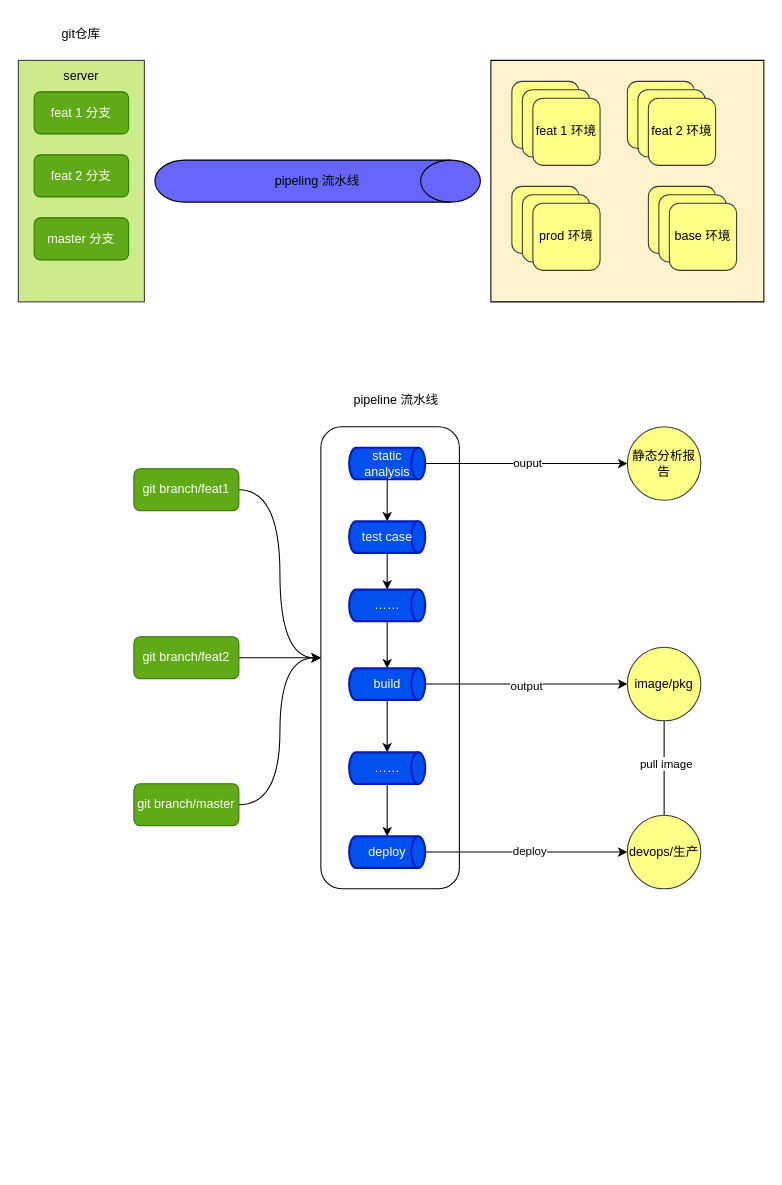
xinguai/asmshare keeps this draw.io diagram as page "devops流程" (6 of 7) of sidecar.drawio. Above is the earlier version. Source tidied: cells renumbered, new cells numbered last; positions are measured from the earlier drawing's top-left corner, leaving out a move shared by most shapes. Both pictures are drawn from the tidied source at 105%, with x=0, y=0 at pixel (18, 18).
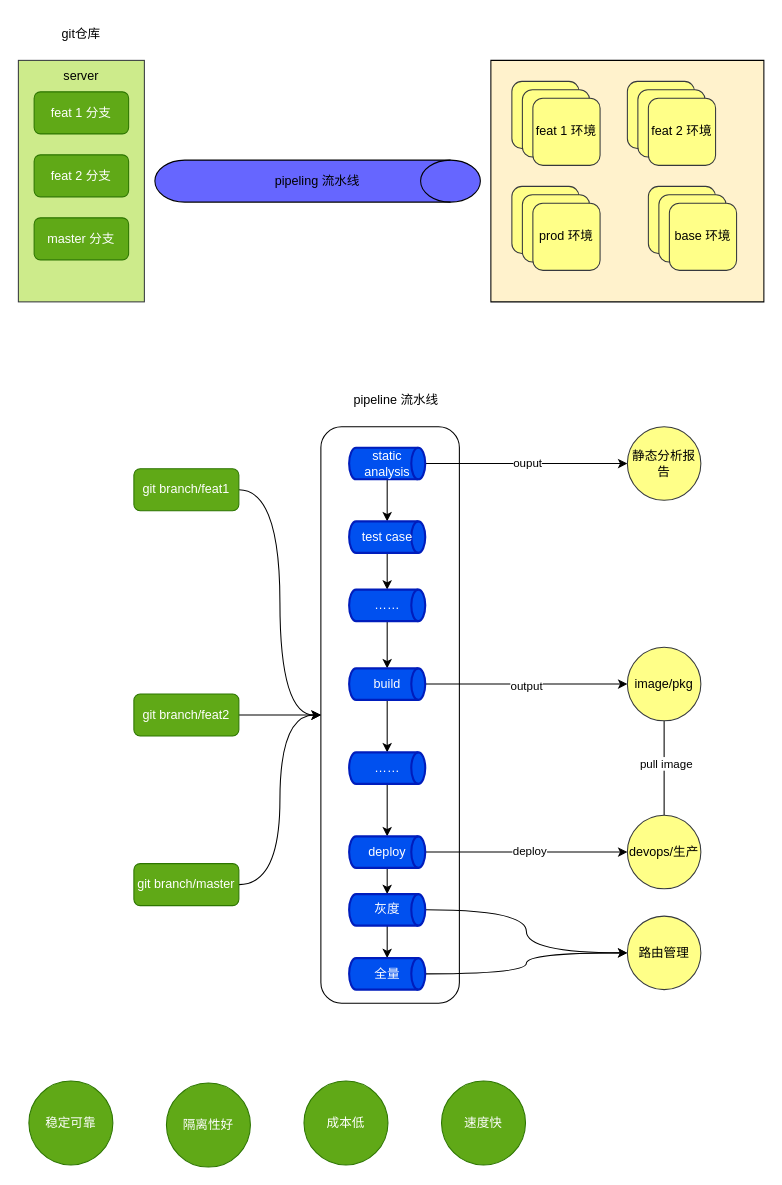
The same diagram, later.

The change refers to these unchanged cells:
```xml
<mxCell id="52" value="deploy" style="strokeWidth=2;html=1;shape=mxgraph.flowchart.direct_data;whiteSpace=wrap;rounded=1;strokeColor=#001DBC;fillColor=#0050ef;fontColor=#ffffff;" parent="1" vertex="1">
  <mxGeometry x="315" y="779" width="72.5" height="30" as="geometry" />
</mxCell>
```

Diff of the diagram source:
```diff
@@
     <mxCell id="2" style="rounded=1;whiteSpace=wrap;html=1;strokeColor=#000000;strokeWidth=1;fillColor=#FFFFFF;" parent="1" vertex="1">
-      <mxGeometry x="288.1" y="389" width="131.9" height="440" as="geometry" />
+      <mxGeometry x="288.1" y="389" width="131.9" height="549" as="geometry" />
     </mxCell>
@@
+    <mxCell id="57" style="edgeStyle=orthogonalEdgeStyle;rounded=0;jettySize=auto;html=1;exitX=0.5;exitY=1;exitDx=0;exitDy=0;exitPerimeter=0;entryX=0.5;entryY=0;entryDx=0;entryDy=0;entryPerimeter=0;" parent="1" edge="1" source="52" target="64">
+      <mxGeometry relative="1" as="geometry" />
+    </mxCell>
@@
     <mxCell id="54" value="git branch/feat2" style="whiteSpace=wrap;html=1;align=center;rounded=1;strokeColor=#2D7600;strokeWidth=1;fillColor=#60a917;fontColor=#ffffff;" parent="1" vertex="1">
-      <mxGeometry x="110" y="589" width="100" height="40" as="geometry" />
+      <mxGeometry x="110" y="643.5" width="100" height="40" as="geometry" />
     </mxCell>
@@
     <mxCell id="56" value="git branch/master" style="whiteSpace=wrap;html=1;align=center;rounded=1;strokeColor=#2D7600;strokeWidth=1;fillColor=#60a917;fontColor=#ffffff;" parent="1" vertex="1">
-      <mxGeometry x="110" y="729" width="100" height="40" as="geometry" />
+      <mxGeometry x="110" y="805" width="100" height="40" as="geometry" />
     </mxCell>
+    <mxCell id="58" value="稳定可靠" style="ellipse;whiteSpace=wrap;html=1;fillColor=#60a917;fontColor=#ffffff;strokeColor=#2D7600;" parent="1" vertex="1">
+      <mxGeometry x="10" y="1012" width="80" height="80" as="geometry" />
+    </mxCell>
+    <mxCell id="59" value="隔离性好" style="ellipse;whiteSpace=wrap;html=1;fillColor=#60a917;fontColor=#ffffff;strokeColor=#2D7600;" parent="1" vertex="1">
+      <mxGeometry x="141" y="1014" width="80" height="80" as="geometry" />
+    </mxCell>
+    <mxCell id="60" value="成本低" style="ellipse;whiteSpace=wrap;html=1;fillColor=#60a917;fontColor=#ffffff;strokeColor=#2D7600;" parent="1" vertex="1">
+      <mxGeometry x="272" y="1012" width="80" height="80" as="geometry" />
+    </mxCell>
+    <mxCell id="61" value="速度快" style="ellipse;whiteSpace=wrap;html=1;fillColor=#60a917;fontColor=#ffffff;strokeColor=#2D7600;" parent="1" vertex="1">
+      <mxGeometry x="403" y="1012" width="80" height="80" as="geometry" />
+    </mxCell>
+    <mxCell id="62" style="edgeStyle=orthogonalEdgeStyle;rounded=0;jettySize=auto;html=1;exitX=0.5;exitY=1;exitDx=0;exitDy=0;exitPerimeter=0;entryX=0.5;entryY=0;entryDx=0;entryDy=0;entryPerimeter=0;" parent="1" edge="1" source="64" target="66">
+      <mxGeometry relative="1" as="geometry" />
+    </mxCell>
+    <mxCell id="63" style="edgeStyle=orthogonalEdgeStyle;curved=1;rounded=0;jettySize=auto;html=1;exitX=1;exitY=0.5;exitDx=0;exitDy=0;exitPerimeter=0;entryX=0;entryY=0.5;entryDx=0;entryDy=0;" parent="1" edge="1" source="64" target="67">
+      <mxGeometry relative="1" as="geometry" />
+    </mxCell>
+    <mxCell id="64" value="灰度" style="strokeWidth=2;html=1;shape=mxgraph.flowchart.direct_data;whiteSpace=wrap;rounded=1;strokeColor=#001DBC;fillColor=#0050ef;fontColor=#ffffff;" parent="1" vertex="1">
+      <mxGeometry x="315" y="834" width="72.5" height="30" as="geometry" />
+    </mxCell>
+    <mxCell id="65" style="edgeStyle=orthogonalEdgeStyle;curved=1;rounded=0;jettySize=auto;html=1;exitX=1;exitY=0.5;exitDx=0;exitDy=0;exitPerimeter=0;" parent="1" edge="1" source="66" target="67">
+      <mxGeometry relative="1" as="geometry" />
+    </mxCell>
+    <mxCell id="66" value="全量" style="strokeWidth=2;html=1;shape=mxgraph.flowchart.direct_data;whiteSpace=wrap;rounded=1;strokeColor=#001DBC;fillColor=#0050ef;fontColor=#ffffff;" parent="1" vertex="1">
+      <mxGeometry x="315" y="895" width="72.5" height="30" as="geometry" />
+    </mxCell>
+    <mxCell id="67" value="路由管理" style="ellipse;whiteSpace=wrap;html=1;rounded=1;strokeColor=#36393d;strokeWidth=1;fillColor=#ffff88;" parent="1" vertex="1">
+      <mxGeometry x="580" y="855" width="70" height="70" as="geometry" />
+    </mxCell>
```
